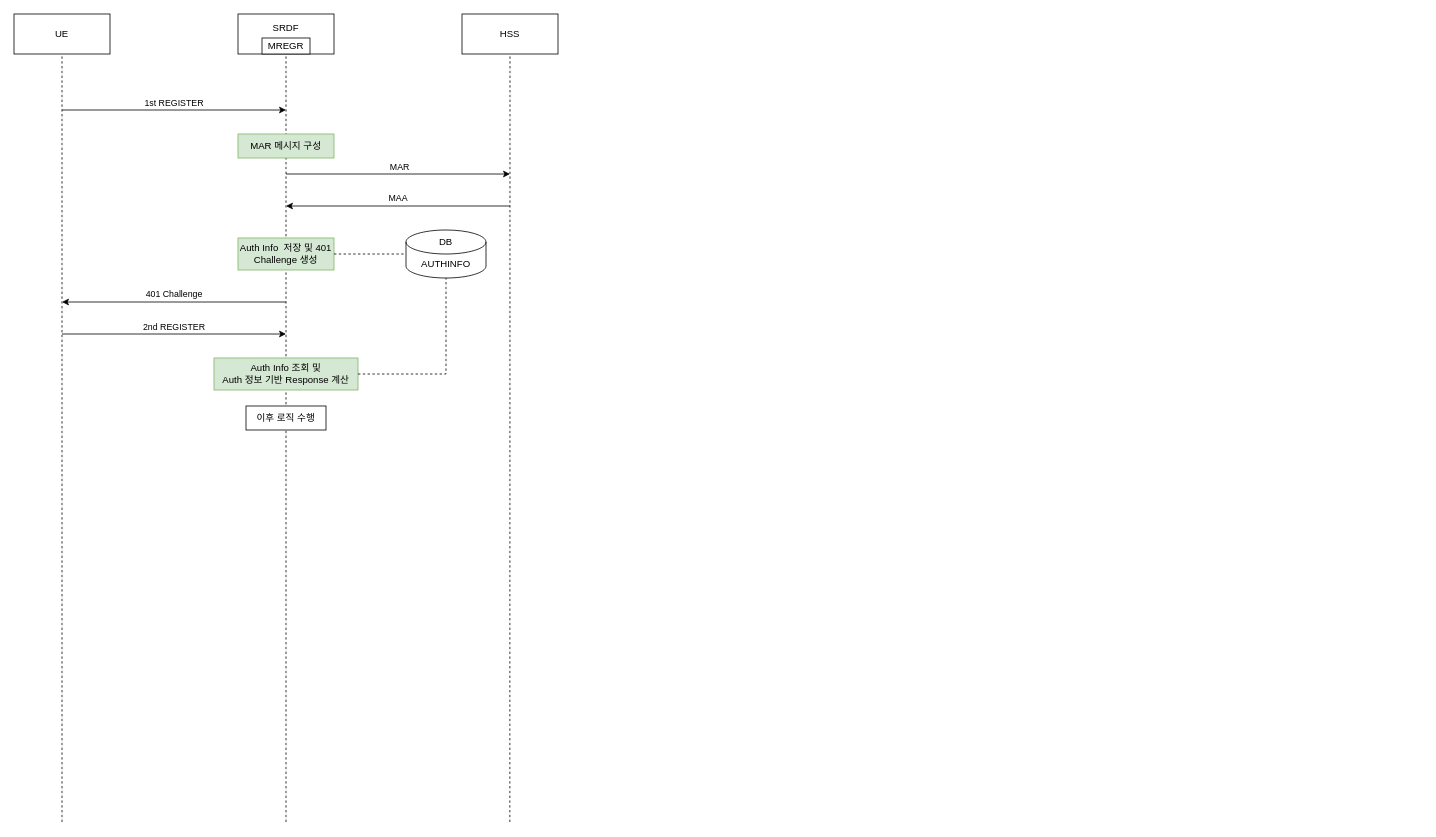
Before: page "페이지-6" (6 of 6) of 문서 작업.drawio in JaeHyeon774/NEWTIL, a draw.io diagram. Source tidied: cells renumbered, new cells numbered last; positions are measured from the earlier drawing's top-left corner, leaving out a move shared by most shapes. Both pictures are drawn from the tidied source at 80%, with x=0, y=0 at pixel (14, 14).
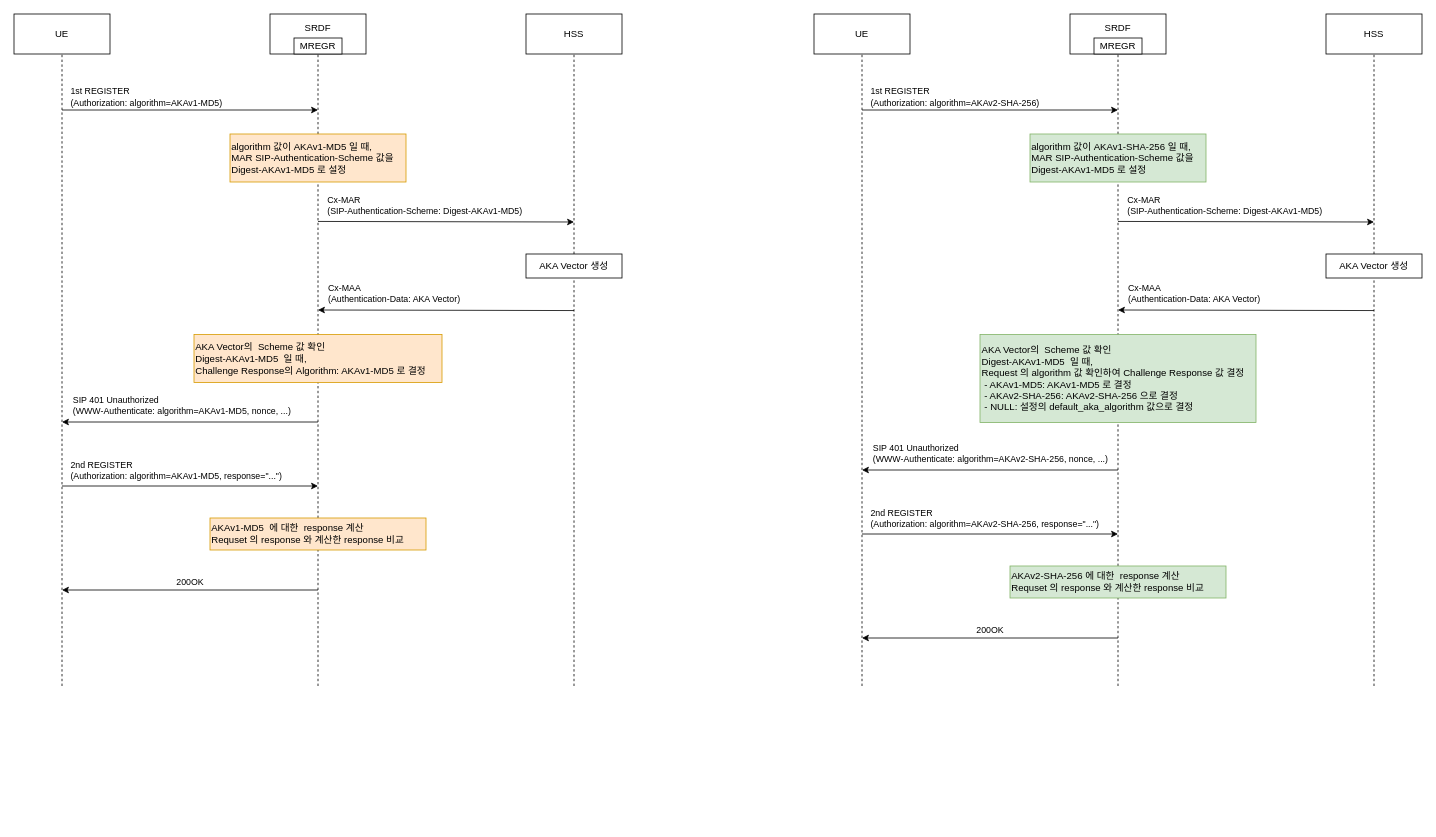
Above is the later version.

The change refers to these unchanged cells:
```xml
<mxCell id="4" value="UE" style="rounded=0;whiteSpace=wrap;html=1;" parent="1" vertex="1">
  <mxGeometry width="120" height="50" as="geometry" />
</mxCell>
```

Change to the diagram source:
```diff
@@
     <mxCell id="2" value="SRDF&lt;div&gt;&lt;br&gt;&lt;/div&gt;" style="rounded=0;whiteSpace=wrap;html=1;" parent="1" vertex="1">
-      <mxGeometry x="280" width="120" height="50" as="geometry" />
+      <mxGeometry x="320" width="120" height="50" as="geometry" />
     </mxCell>
     <mxCell id="3" value="MREGR" style="rounded=0;whiteSpace=wrap;html=1;" parent="1" vertex="1">
-      <mxGeometry x="310" y="30" width="60" height="20" as="geometry" />
+      <mxGeometry x="350" y="30" width="60" height="20" as="geometry" />
     </mxCell>
@@
     <mxCell id="5" value="HSS" style="rounded=0;whiteSpace=wrap;html=1;" parent="1" vertex="1">
-      <mxGeometry x="560" width="120" height="50" as="geometry" />
+      <mxGeometry x="640" width="120" height="50" as="geometry" />
     </mxCell>
     <mxCell id="6" style="endArrow=none;dashed=1;html=1;rounded=0;entryX=0.5;entryY=1;entryDx=0;entryDy=0;" parent="1" edge="1" target="4">
       <mxGeometry relative="1" as="geometry">
-        <mxPoint x="60" y="1010" as="sourcePoint" />
+        <mxPoint x="60" y="840" as="sourcePoint" />
       </mxGeometry>
     </mxCell>
     <mxCell id="7" style="endArrow=none;dashed=1;html=1;rounded=0;entryX=0.5;entryY=1;entryDx=0;entryDy=0;" parent="1" edge="1" target="3">
       <mxGeometry relative="1" as="geometry">
-        <mxPoint x="340" y="1010" as="sourcePoint" />
+        <mxPoint x="380" y="840" as="sourcePoint" />
       </mxGeometry>
     </mxCell>
     <mxCell id="8" style="endArrow=none;dashed=1;html=1;rounded=0;entryX=0.5;entryY=1;entryDx=0;entryDy=0;" parent="1" edge="1" target="5">
       <mxGeometry relative="1" as="geometry">
-        <mxPoint x="619.8" y="1010" as="sourcePoint" />
+        <mxPoint x="700" y="840" as="sourcePoint" />
       </mxGeometry>
     </mxCell>
     <mxCell id="9" style="endArrow=classic;html=1;rounded=0;" parent="1" edge="1">
       <mxGeometry relative="1" as="geometry">
         <mxPoint x="60" y="120" as="sourcePoint" />
-        <mxPoint x="340" y="120" as="targetPoint" />
+        <mxPoint x="380" y="120" as="targetPoint" />
       </mxGeometry>
     </mxCell>
-    <mxCell id="10" value="1st REGISTER" style="edgeLabel;html=1;align=center;verticalAlign=middle;" parent="9" vertex="1">
+    <mxCell id="10" value="1st REGISTER&lt;div&gt;(Authorization: algorithm=AKAv1-MD5)&lt;/div&gt;" style="edgeLabel;html=1;align=left;verticalAlign=middle;" parent="9" vertex="1">
       <mxGeometry x="0.51" y="1" relative="1" as="geometry">
-        <mxPoint x="-72" y="-9" as="offset" />
+        <mxPoint x="-233" y="-16" as="offset" />
       </mxGeometry>
     </mxCell>
     <mxCell id="11" style="endArrow=classic;html=1;rounded=0;" parent="1" edge="1">
       <mxGeometry relative="1" as="geometry">
-        <mxPoint x="340" y="200" as="sourcePoint" />
-        <mxPoint x="620" y="200" as="targetPoint" />
+        <mxPoint x="380" y="259.3" as="sourcePoint" />
+        <mxPoint x="700" y="260" as="targetPoint" />
       </mxGeometry>
     </mxCell>
-    <mxCell id="12" value="MAR" style="edgeLabel;html=1;align=center;verticalAlign=middle;" parent="11" vertex="1">
+    <mxCell id="12" value="Cx-MAR&lt;br&gt;(SIP-Authentication-Scheme: Digest-AKAv1-MD5)" style="edgeLabel;html=1;align=left;verticalAlign=middle;" parent="11" vertex="1">
       <mxGeometry x="0.25" y="1" relative="1" as="geometry">
-        <mxPoint x="-34" y="-9" as="offset" />
+        <mxPoint x="-190" y="-19" as="offset" />
       </mxGeometry>
     </mxCell>
-    <mxCell id="13" value="MAA" style="endArrow=classic;html=1;rounded=0;" parent="1" edge="1">
-      <mxGeometry y="-10" relative="1" as="geometry">
-        <mxPoint x="620" y="240" as="sourcePoint" />
-        <mxPoint x="340" y="240" as="targetPoint" />
+    <mxCell id="13" value="Cx-MAA&lt;br&gt;(Authentication-Data: AKA Vector)" style="endArrow=classic;html=1;rounded=0;align=left;" parent="1" edge="1">
+      <mxGeometry x="0.93" y="-20" relative="1" as="geometry">
+        <mxPoint x="700" y="370.7" as="sourcePoint" />
+        <mxPoint x="380" y="370" as="targetPoint" />
       </mxGeometry>
     </mxCell>
-    <mxCell id="14" value="401 Challenge" style="endArrow=classic;html=1;rounded=0;" parent="1" edge="1">
-      <mxGeometry y="-10" relative="1" as="geometry">
-        <mxPoint x="340" y="360" as="sourcePoint" />
-        <mxPoint x="60" y="360" as="targetPoint" />
+    <mxCell id="14" value="SIP 401 Unauthorized&lt;br&gt;&lt;div&gt;(WWW-Authenticate: algorithm=AKAv1-MD5, nonce, ...)&lt;/div&gt;" style="endArrow=classic;html=1;rounded=0;align=left;" parent="1" edge="1">
+      <mxGeometry x="0.93" y="-20" relative="1" as="geometry">
+        <mxPoint x="380" y="510" as="sourcePoint" />
+        <mxPoint x="60" y="510" as="targetPoint" />
+        <mxPoint x="1" as="offset" />
       </mxGeometry>
     </mxCell>
     <mxCell id="15" style="endArrow=classic;html=1;rounded=0;" parent="1" edge="1">
       <mxGeometry relative="1" as="geometry">
-        <mxPoint x="60" y="400" as="sourcePoint" />
-        <mxPoint x="340" y="400" as="targetPoint" />
+        <mxPoint x="60" y="590" as="sourcePoint" />
+        <mxPoint x="380" y="590" as="targetPoint" />
       </mxGeometry>
     </mxCell>
-    <mxCell id="16" value="2nd REGISTER" style="edgeLabel;html=1;align=center;verticalAlign=middle;" parent="15" vertex="1">
+    <mxCell id="16" value="2nd REGISTER&lt;div&gt;(Authorization: algorithm=AKAv1-MD5, response=&quot;...&quot;)&lt;/div&gt;" style="edgeLabel;html=1;align=left;verticalAlign=middle;" parent="15" vertex="1">
       <mxGeometry x="0.51" y="1" relative="1" as="geometry">
-        <mxPoint x="-72" y="-9" as="offset" />
+        <mxPoint x="-233" y="-19" as="offset" />
       </mxGeometry>
     </mxCell>
-    <mxCell id="17" value="Auth Info 조회 및&lt;div&gt;Auth 정보 기반 Response 계산&lt;/div&gt;" style="rounded=0;whiteSpace=wrap;html=1;fillColor=#d5e8d4;strokeColor=#82b366;" parent="1" vertex="1">
-      <mxGeometry x="250" y="430" width="180" height="40" as="geometry" />
+    <mxCell id="17" value="AKAv1-MD5&amp;nbsp; 에 대한&amp;nbsp; response 계산&lt;div&gt;Requset 의 response 와 계산한 response 비교&lt;/div&gt;" style="rounded=0;whiteSpace=wrap;html=1;fillColor=#ffe6cc;strokeColor=#d79b00;align=left;" parent="1" vertex="1">
+      <mxGeometry x="245" y="630" width="270" height="40" as="geometry" />
     </mxCell>
-    <mxCell id="18" value="&lt;div style=&quot;&quot;&gt;MAR 메시지 구성&lt;/div&gt;" style="rounded=0;whiteSpace=wrap;html=1;align=center;fillColor=#d5e8d4;strokeColor=#82b366;" parent="1" vertex="1">
-      <mxGeometry x="280" y="150" width="120" height="30" as="geometry" />
+    <mxCell id="18" value="&lt;div style=&quot;&quot;&gt;algorithm 값이 AKAv1-MD5 일 때,&lt;/div&gt;&lt;div style=&quot;&quot;&gt;MAR SIP-Authentication-Scheme 값을&lt;br&gt;Digest-AKAv1-MD5 로 설정&lt;/div&gt;" style="rounded=0;whiteSpace=wrap;html=1;align=left;fillColor=#ffe6cc;strokeColor=#d79b00;" parent="1" vertex="1">
+      <mxGeometry x="270" y="150" width="220" height="60" as="geometry" />
     </mxCell>
-    <mxCell id="19" style="group;" parent="1" vertex="1">
-      <mxGeometry x="490" y="270" width="100" height="60" as="geometry" />
-    </mxCell>
-    <mxCell id="20" value="AUTHINFO" style="shape=cylinder3;whiteSpace=wrap;html=1;boundedLbl=1;backgroundOutline=1;size=15;" parent="19" vertex="1">
-      <mxGeometry width="100" height="60" as="geometry" />
-    </mxCell>
-    <mxCell id="21" value="DB" style="text;html=1;whiteSpace=wrap;strokeColor=none;fillColor=none;align=center;verticalAlign=middle;rounded=0;" parent="19" vertex="1">
-      <mxGeometry x="20" width="60" height="30" as="geometry" />
-    </mxCell>
-    <mxCell id="22" value="Auth Info&amp;nbsp; 저장 및 401 Challenge 생성" style="rounded=0;whiteSpace=wrap;html=1;fillColor=#d5e8d4;strokeColor=#82b366;" parent="1" vertex="1">
-      <mxGeometry x="280" y="280" width="120" height="40" as="geometry" />
+    <mxCell id="22" value="AKA Vector의&amp;nbsp; Scheme 값 확인&lt;div&gt;Digest-AKAv1-MD5&amp;nbsp; 일 때, &lt;br&gt;Challenge Response의 Algorithm: AKAv1-MD5 로 결정&lt;/div&gt;" style="rounded=0;whiteSpace=wrap;html=1;fillColor=#ffe6cc;strokeColor=#d79b00;align=left;" parent="1" vertex="1">
+      <mxGeometry x="225" y="400.7" width="310" height="60" as="geometry" />
     </mxCell>
-    <mxCell id="23" style="endArrow=none;dashed=1;html=1;rounded=0;exitX=1;exitY=0.5;exitDx=0;exitDy=0;entryX=0;entryY=0.5;entryDx=0;entryDy=0;entryPerimeter=0;" parent="1" edge="1" source="22" target="20">
-      <mxGeometry relative="1" as="geometry" />
-    </mxCell>
-    <mxCell id="24" style="endArrow=none;dashed=1;html=1;rounded=0;exitX=1;exitY=0.5;exitDx=0;exitDy=0;entryX=0.5;entryY=1;entryDx=0;entryDy=0;entryPerimeter=0;" parent="1" edge="1" source="17" target="20">
-      <mxGeometry relative="1" as="geometry">
-        <Array as="points">
-          <mxPoint x="540" y="450" />
-        </Array>
-      </mxGeometry>
-    </mxCell>
-    <mxCell id="25" value="이후 로직 수행" style="rounded=0;whiteSpace=wrap;html=1;" parent="1" vertex="1">
-      <mxGeometry x="290" y="490" width="100" height="30" as="geometry" />
-    </mxCell>
+    <mxCell id="26" value="AKA Vector 생성" style="rounded=0;whiteSpace=wrap;html=1;" parent="1" vertex="1">
+      <mxGeometry x="640" y="300" width="120" height="30" as="geometry" />
+    </mxCell>
+    <mxCell id="27" value="200OK" style="endArrow=classic;html=1;rounded=0;" parent="1" edge="1">
+      <mxGeometry y="-10" relative="1" as="geometry">
+        <mxPoint x="380" y="720" as="sourcePoint" />
+        <mxPoint x="60" y="720" as="targetPoint" />
+      </mxGeometry>
+    </mxCell>
+    <mxCell id="28" value="SRDF&lt;div&gt;&lt;br&gt;&lt;/div&gt;" style="rounded=0;whiteSpace=wrap;html=1;" parent="1" vertex="1">
+      <mxGeometry x="1320" width="120" height="50" as="geometry" />
+    </mxCell>
+    <mxCell id="29" value="MREGR" style="rounded=0;whiteSpace=wrap;html=1;" parent="1" vertex="1">
+      <mxGeometry x="1350" y="30" width="60" height="20" as="geometry" />
+    </mxCell>
+    <mxCell id="30" value="UE" style="rounded=0;whiteSpace=wrap;html=1;" parent="1" vertex="1">
+      <mxGeometry x="1000" width="120" height="50" as="geometry" />
+    </mxCell>
+    <mxCell id="31" value="HSS" style="rounded=0;whiteSpace=wrap;html=1;" parent="1" vertex="1">
+      <mxGeometry x="1640" width="120" height="50" as="geometry" />
+    </mxCell>
+    <mxCell id="32" style="endArrow=none;dashed=1;html=1;rounded=0;entryX=0.5;entryY=1;entryDx=0;entryDy=0;" parent="1" edge="1" target="30">
+      <mxGeometry relative="1" as="geometry">
+        <mxPoint x="1060" y="840" as="sourcePoint" />
+      </mxGeometry>
+    </mxCell>
+    <mxCell id="33" style="endArrow=none;dashed=1;html=1;rounded=0;entryX=0.5;entryY=1;entryDx=0;entryDy=0;" parent="1" edge="1" target="29">
+      <mxGeometry relative="1" as="geometry">
+        <mxPoint x="1380" y="840" as="sourcePoint" />
+      </mxGeometry>
+    </mxCell>
+    <mxCell id="34" style="endArrow=none;dashed=1;html=1;rounded=0;entryX=0.5;entryY=1;entryDx=0;entryDy=0;" parent="1" edge="1" target="31">
+      <mxGeometry relative="1" as="geometry">
+        <mxPoint x="1700" y="840" as="sourcePoint" />
+      </mxGeometry>
+    </mxCell>
+    <mxCell id="35" style="endArrow=classic;html=1;rounded=0;" parent="1" edge="1">
+      <mxGeometry relative="1" as="geometry">
+        <mxPoint x="1060" y="120" as="sourcePoint" />
+        <mxPoint x="1380" y="120" as="targetPoint" />
+      </mxGeometry>
+    </mxCell>
+    <mxCell id="36" value="1st REGISTER&lt;div&gt;(Authorization: algorithm=AKAv2-SHA-256)&lt;/div&gt;" style="edgeLabel;html=1;align=left;verticalAlign=middle;" parent="35" vertex="1">
+      <mxGeometry x="0.51" y="1" relative="1" as="geometry">
+        <mxPoint x="-233" y="-16" as="offset" />
+      </mxGeometry>
+    </mxCell>
+    <mxCell id="37" style="endArrow=classic;html=1;rounded=0;" parent="1" edge="1">
+      <mxGeometry relative="1" as="geometry">
+        <mxPoint x="1380" y="259.3" as="sourcePoint" />
+        <mxPoint x="1700" y="260" as="targetPoint" />
+      </mxGeometry>
+    </mxCell>
+    <mxCell id="38" value="Cx-MAR&lt;br&gt;(SIP-Authentication-Scheme: Digest-AKAv1-MD5)" style="edgeLabel;html=1;align=left;verticalAlign=middle;" parent="37" vertex="1">
+      <mxGeometry x="0.25" y="1" relative="1" as="geometry">
+        <mxPoint x="-190" y="-19" as="offset" />
+      </mxGeometry>
+    </mxCell>
+    <mxCell id="39" value="Cx-MAA&lt;br&gt;(Authentication-Data: AKA Vector)" style="endArrow=classic;html=1;rounded=0;align=left;" parent="1" edge="1">
+      <mxGeometry x="0.93" y="-20" relative="1" as="geometry">
+        <mxPoint x="1700" y="370.7" as="sourcePoint" />
+        <mxPoint x="1380" y="370" as="targetPoint" />
+      </mxGeometry>
+    </mxCell>
+    <mxCell id="40" value="SIP 401 Unauthorized&lt;br&gt;&lt;div&gt;(WWW-Authenticate: algorithm=AKAv2-SHA-256, nonce, ...)&lt;/div&gt;" style="endArrow=classic;html=1;rounded=0;align=left;" parent="1" edge="1">
+      <mxGeometry x="0.93" y="-20" relative="1" as="geometry">
+        <mxPoint x="1380" y="570" as="sourcePoint" />
+        <mxPoint x="1060" y="570" as="targetPoint" />
+        <mxPoint x="1" as="offset" />
+      </mxGeometry>
+    </mxCell>
+    <mxCell id="41" style="endArrow=classic;html=1;rounded=0;" parent="1" edge="1">
+      <mxGeometry relative="1" as="geometry">
+        <mxPoint x="1060" y="650" as="sourcePoint" />
+        <mxPoint x="1380" y="650" as="targetPoint" />
+      </mxGeometry>
+    </mxCell>
+    <mxCell id="42" value="2nd REGISTER&lt;div&gt;(Authorization: algorithm=AKAv2-SHA-256, response=&quot;...&quot;)&lt;/div&gt;" style="edgeLabel;html=1;align=left;verticalAlign=middle;" parent="41" vertex="1">
+      <mxGeometry x="0.51" y="1" relative="1" as="geometry">
+        <mxPoint x="-233" y="-19" as="offset" />
+      </mxGeometry>
+    </mxCell>
+    <mxCell id="43" value="AKAv2-SHA-256 에 대한&amp;nbsp; response 계산&lt;div&gt;Requset 의 response 와 계산한 response 비교&lt;/div&gt;" style="rounded=0;whiteSpace=wrap;html=1;fillColor=#d5e8d4;strokeColor=#82b366;align=left;" parent="1" vertex="1">
+      <mxGeometry x="1245" y="690" width="270" height="40" as="geometry" />
+    </mxCell>
+    <mxCell id="44" value="&lt;div style=&quot;&quot;&gt;algorithm 값이 AKAv1-SHA-256 일 때,&lt;/div&gt;&lt;div style=&quot;&quot;&gt;MAR SIP-Authentication-Scheme 값을&lt;br&gt;Digest-AKAv1-MD5 로 설정&lt;/div&gt;" style="rounded=0;whiteSpace=wrap;html=1;align=left;fillColor=#d5e8d4;strokeColor=#82b366;" parent="1" vertex="1">
+      <mxGeometry x="1270" y="150" width="220" height="60" as="geometry" />
+    </mxCell>
+    <mxCell id="45" value="AKA Vector의&amp;nbsp; Scheme 값 확인&lt;div&gt;Digest-AKAv1-MD5&amp;nbsp; 일 때,&lt;/div&gt;&lt;div&gt;Request 의 algorithm 값 확인하여&amp;nbsp;&lt;span style=&quot;background-color: transparent; color: light-dark(rgb(0, 0, 0), rgb(255, 255, 255));&quot;&gt;Challenge Response 값 결정&amp;nbsp;&lt;/span&gt;&lt;/div&gt;&lt;div&gt;&amp;nbsp;- AKAv1-MD5: AKAv1-MD5 로 결정&lt;/div&gt;&lt;div&gt;&amp;nbsp;- AKAv2-SHA-256: AKAv2-SHA-256 으로 결정&amp;nbsp;&amp;nbsp;&lt;/div&gt;&lt;div&gt;&amp;nbsp;- NULL: 설정의 default_aka_algorithm 값으로 결정&lt;/div&gt;" style="rounded=0;whiteSpace=wrap;html=1;fillColor=#d5e8d4;strokeColor=#82b366;align=left;" parent="1" vertex="1">
+      <mxGeometry x="1207.5" y="400.7" width="345" height="110" as="geometry" />
+    </mxCell>
+    <mxCell id="46" value="AKA Vector 생성" style="rounded=0;whiteSpace=wrap;html=1;" parent="1" vertex="1">
+      <mxGeometry x="1640" y="300" width="120" height="30" as="geometry" />
+    </mxCell>
+    <mxCell id="47" value="200OK" style="endArrow=classic;html=1;rounded=0;" parent="1" edge="1">
+      <mxGeometry y="-10" relative="1" as="geometry">
+        <mxPoint x="1380" y="780" as="sourcePoint" />
+        <mxPoint x="1060" y="780" as="targetPoint" />
+      </mxGeometry>
+    </mxCell>
```
